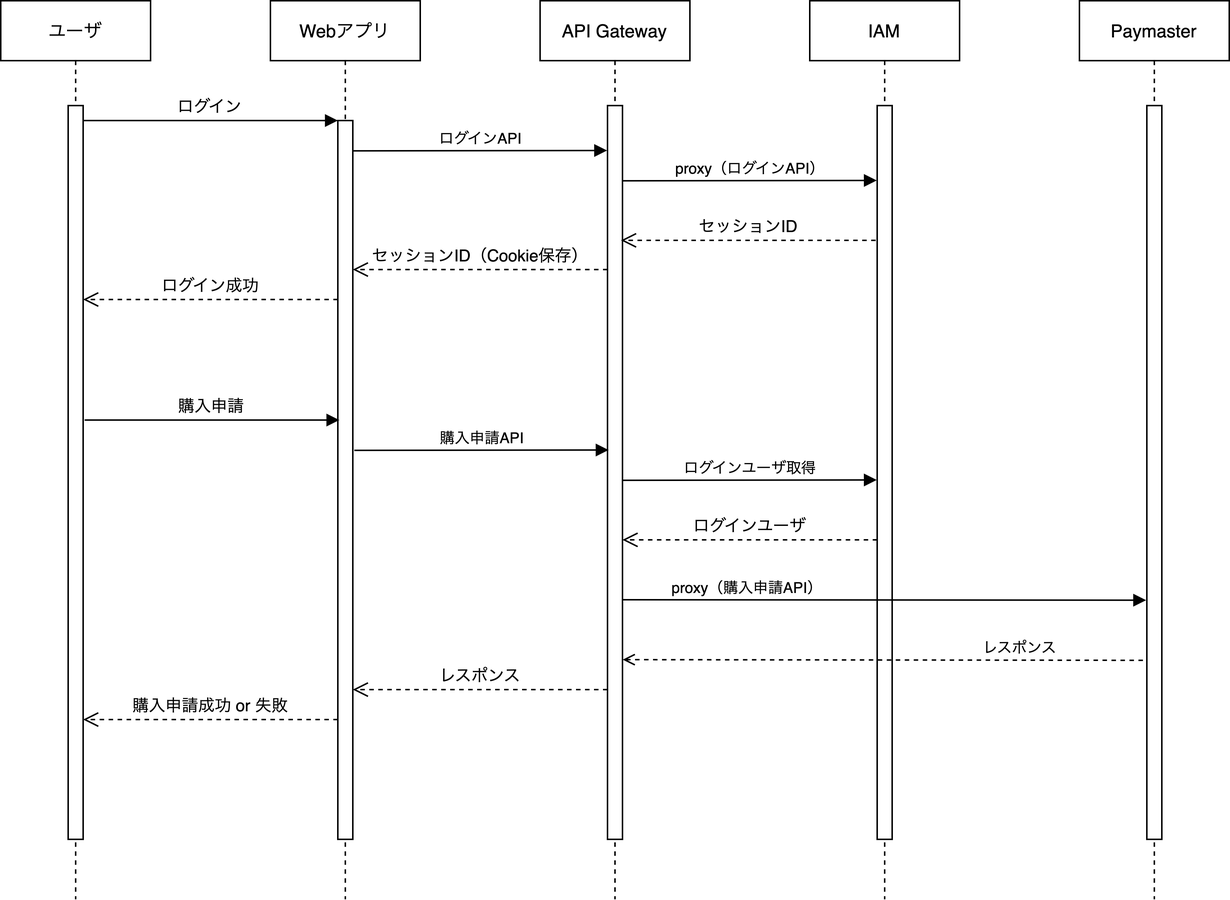
membership-console/docs keeps this draw.io diagram as src/assets/authentication_flow.png. Above is the earlier version. Source tidied: cells renumbered, new cells last; positions are measured from the earlier drawing's top-left corner, leaving out a move shared by most shapes. Source of this version:
```xml
<mxGraphModel>
  <root>
    <mxCell id="0" />
    <mxCell id="1" parent="0" />
    <mxCell id="2" value="ユーザ" style="shape=umlLifeline;perimeter=lifelinePerimeter;rounded=0;shadow=0;strokeWidth=1;" parent="1" vertex="1">
      <mxGeometry width="100" height="600" as="geometry" />
    </mxCell>
    <mxCell id="3" style="points=[];perimeter=orthogonalPerimeter;rounded=0;shadow=0;strokeWidth=1;" parent="2" vertex="1">
      <mxGeometry x="45" y="70" width="10" height="490" as="geometry" />
    </mxCell>
    <mxCell id="4" value="Webアプリ" style="shape=umlLifeline;perimeter=lifelinePerimeter;rounded=0;shadow=0;strokeWidth=1;fontSize=12;" parent="1" vertex="1">
      <mxGeometry x="180" width="100" height="600" as="geometry" />
    </mxCell>
    <mxCell id="5" style="points=[];perimeter=orthogonalPerimeter;rounded=0;shadow=0;strokeWidth=1;" parent="4" vertex="1">
      <mxGeometry x="45" y="80" width="10" height="480" as="geometry" />
    </mxCell>
    <mxCell id="6" value="ログイン成功" style="verticalAlign=bottom;endArrow=open;dashed=1;endSize=8;exitX=0;exitY=0.95;shadow=0;strokeWidth=1;" parent="4" edge="1">
      <mxGeometry relative="1" as="geometry">
        <mxPoint x="45" y="199.5" as="sourcePoint" />
        <mxPoint x="-125" y="199.5" as="targetPoint" />
      </mxGeometry>
    </mxCell>
    <mxCell id="7" value="購入申請成功 or 失敗" style="verticalAlign=bottom;endArrow=open;dashed=1;endSize=8;exitX=0;exitY=0.95;shadow=0;strokeWidth=1;" parent="4" edge="1">
      <mxGeometry relative="1" as="geometry">
        <mxPoint x="45" y="480" as="sourcePoint" />
        <mxPoint x="-125" y="480" as="targetPoint" />
      </mxGeometry>
    </mxCell>
    <mxCell id="8" value="ログイン" style="verticalAlign=bottom;endArrow=block;entryX=0;entryY=0;shadow=0;strokeWidth=1;" parent="1" edge="1" source="3" target="5">
      <mxGeometry relative="1" as="geometry" />
    </mxCell>
    <mxCell id="9" value="API Gateway" style="shape=umlLifeline;perimeter=lifelinePerimeter;rounded=0;shadow=0;strokeWidth=1;" parent="1" vertex="1">
      <mxGeometry x="360" width="100" height="600" as="geometry" />
    </mxCell>
    <mxCell id="10" style="perimeter=orthogonalPerimeter;rounded=0;shadow=0;strokeWidth=1;" parent="9" vertex="1">
      <mxGeometry x="45" y="70" width="10" height="490" as="geometry" />
    </mxCell>
    <mxCell id="11" value="proxy（ログインAPI）" style="html=1;verticalAlign=bottom;endArrow=block;rounded=0;fontSize=9;exitX=0.924;exitY=0.092;exitDx=0;exitDy=0;exitPerimeter=0;entryX=-0.028;entryY=0.104;entryDx=0;entryDy=0;entryPerimeter=0;" parent="9" edge="1">
      <mxGeometry relative="1" as="geometry">
        <mxPoint x="55" y="120.2" as="sourcePoint" />
        <mxPoint x="224.7" y="120" as="targetPoint" />
      </mxGeometry>
    </mxCell>
    <mxCell id="12" value="セッションID（Cookie保存）" style="verticalAlign=bottom;endArrow=open;dashed=1;endSize=8;exitX=0;exitY=0.95;shadow=0;strokeWidth=1;" parent="9" edge="1">
      <mxGeometry relative="1" as="geometry">
        <mxPoint x="45" y="179.5" as="sourcePoint" />
        <mxPoint x="-125" y="179.5" as="targetPoint" />
      </mxGeometry>
    </mxCell>
    <mxCell id="13" value="レスポンス" style="verticalAlign=bottom;endArrow=open;dashed=1;endSize=8;exitX=0;exitY=0.95;shadow=0;strokeWidth=1;" parent="9" edge="1">
      <mxGeometry relative="1" as="geometry">
        <mxPoint x="45" y="460" as="sourcePoint" />
        <mxPoint x="-125" y="460" as="targetPoint" />
      </mxGeometry>
    </mxCell>
    <mxCell id="14" value="購入申請" style="verticalAlign=bottom;endArrow=block;entryX=0;entryY=0;shadow=0;strokeWidth=1;" parent="1" edge="1">
      <mxGeometry relative="1" as="geometry">
        <mxPoint x="56" y="280" as="sourcePoint" />
        <mxPoint x="226" y="280" as="targetPoint" />
      </mxGeometry>
    </mxCell>
    <mxCell id="15" value="IAM" style="shape=umlLifeline;perimeter=lifelinePerimeter;rounded=0;shadow=0;strokeWidth=1;" parent="1" vertex="1">
      <mxGeometry x="540" width="100" height="600" as="geometry" />
    </mxCell>
    <mxCell id="16" style="perimeter=orthogonalPerimeter;rounded=0;shadow=0;strokeWidth=1;" parent="15" vertex="1">
      <mxGeometry x="45" y="70" width="10" height="490" as="geometry" />
    </mxCell>
    <mxCell id="17" value="ログインユーザ" style="verticalAlign=bottom;endArrow=open;dashed=1;endSize=8;exitX=0;exitY=0.95;shadow=0;strokeWidth=1;" parent="15" edge="1">
      <mxGeometry relative="1" as="geometry">
        <mxPoint x="45" y="360" as="sourcePoint" />
        <mxPoint x="-125" y="360" as="targetPoint" />
      </mxGeometry>
    </mxCell>
    <mxCell id="18" value="&lt;font style=&quot;&quot;&gt;&lt;font style=&quot;font-size: 9px;&quot;&gt;proxy（購入申請API）&lt;/font&gt;&lt;br&gt;&lt;/font&gt;" style="html=1;verticalAlign=bottom;endArrow=block;rounded=0;fontSize=9;exitX=0.924;exitY=0.092;exitDx=0;exitDy=0;exitPerimeter=0;entryX=-0.096;entryY=0.734;entryDx=0;entryDy=0;entryPerimeter=0;" parent="15" edge="1">
      <mxGeometry x="-0.52" relative="1" as="geometry">
        <mxPoint x="-124.5" y="400" as="sourcePoint" />
        <mxPoint x="224.5" y="400.3" as="targetPoint" />
      </mxGeometry>
    </mxCell>
    <mxCell id="19" value="レスポンス" style="html=1;verticalAlign=bottom;endArrow=none;rounded=0;fontSize=9;exitX=0.924;exitY=0.092;exitDx=0;exitDy=0;exitPerimeter=0;entryX=-0.029;entryY=0.806;entryDx=0;entryDy=0;entryPerimeter=0;endFill=0;startArrow=open;startFill=0;dashed=1;" parent="15" edge="1">
      <mxGeometry x="0.51" relative="1" as="geometry">
        <mxPoint x="-124.9" y="440" as="sourcePoint" />
        <mxPoint x="224.9" y="440.5" as="targetPoint" />
      </mxGeometry>
    </mxCell>
    <mxCell id="20" value="ログインAPI" style="html=1;verticalAlign=bottom;endArrow=block;rounded=0;fontSize=9;exitX=0.924;exitY=0.092;exitDx=0;exitDy=0;exitPerimeter=0;entryX=-0.028;entryY=0.104;entryDx=0;entryDy=0;entryPerimeter=0;" parent="1" edge="1">
      <mxGeometry relative="1" as="geometry">
        <mxPoint x="235" y="100.2" as="sourcePoint" />
        <mxPoint x="404.7" y="100" as="targetPoint" />
      </mxGeometry>
    </mxCell>
    <mxCell id="21" value="セッションID" style="verticalAlign=bottom;endArrow=open;dashed=1;endSize=8;exitX=0;exitY=0.95;shadow=0;strokeWidth=1;" parent="1" edge="1">
      <mxGeometry relative="1" as="geometry">
        <mxPoint x="584" y="160" as="sourcePoint" />
        <mxPoint x="414" y="160" as="targetPoint" />
      </mxGeometry>
    </mxCell>
    <mxCell id="22" value="購入申請API" style="html=1;verticalAlign=bottom;endArrow=block;rounded=0;fontSize=9;exitX=0.924;exitY=0.092;exitDx=0;exitDy=0;exitPerimeter=0;entryX=-0.028;entryY=0.104;entryDx=0;entryDy=0;entryPerimeter=0;" parent="1" edge="1">
      <mxGeometry relative="1" as="geometry">
        <mxPoint x="236" y="300.2" as="sourcePoint" />
        <mxPoint x="405.7" y="300" as="targetPoint" />
      </mxGeometry>
    </mxCell>
    <mxCell id="23" value="ログインユーザ取得" style="html=1;verticalAlign=bottom;endArrow=block;rounded=0;fontSize=9;exitX=0.924;exitY=0.092;exitDx=0;exitDy=0;exitPerimeter=0;entryX=-0.028;entryY=0.104;entryDx=0;entryDy=0;entryPerimeter=0;" parent="1" edge="1">
      <mxGeometry relative="1" as="geometry">
        <mxPoint x="415" y="320.2" as="sourcePoint" />
        <mxPoint x="584.7" y="320" as="targetPoint" />
      </mxGeometry>
    </mxCell>
    <mxCell id="24" value="Paymaster" style="shape=umlLifeline;perimeter=lifelinePerimeter;rounded=0;shadow=0;strokeWidth=1;" parent="1" vertex="1">
      <mxGeometry x="720" width="100" height="600" as="geometry" />
    </mxCell>
    <mxCell id="25" style="perimeter=orthogonalPerimeter;rounded=0;shadow=0;strokeWidth=1;" parent="24" vertex="1">
      <mxGeometry x="45" y="70" width="10" height="490" as="geometry" />
    </mxCell>
  </root>
</mxGraphModel>
```
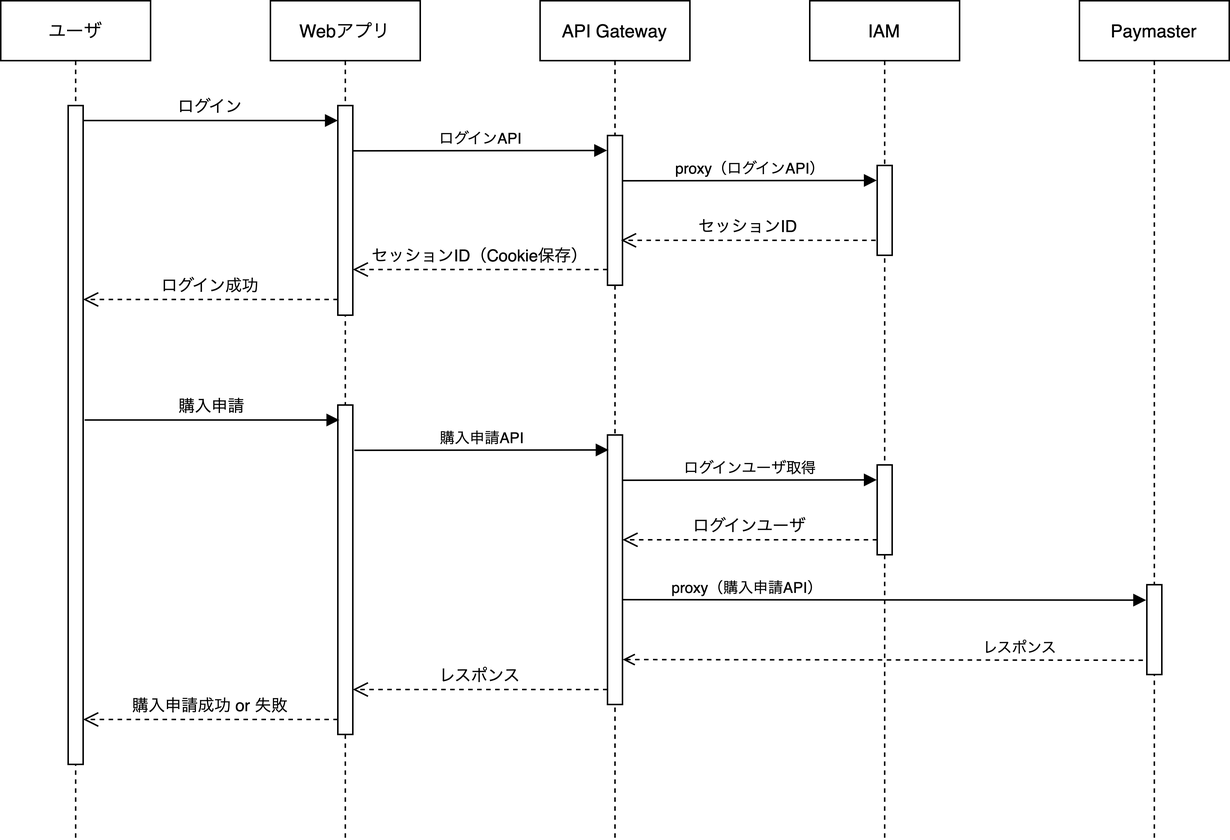
The same diagram one commit later.

Commit message:
[docs] 認証フローを更新

Change to the diagram source:
```diff
@@ -3,16 +3,16 @@
     <mxCell id="0" />
     <mxCell id="1" parent="0" />
     <mxCell id="2" value="ユーザ" style="shape=umlLifeline;perimeter=lifelinePerimeter;rounded=0;shadow=0;strokeWidth=1;" parent="1" vertex="1">
-      <mxGeometry width="100" height="600" as="geometry" />
+      <mxGeometry width="100" height="560" as="geometry" />
     </mxCell>
     <mxCell id="3" style="points=[];perimeter=orthogonalPerimeter;rounded=0;shadow=0;strokeWidth=1;" parent="2" vertex="1">
-      <mxGeometry x="45" y="70" width="10" height="490" as="geometry" />
+      <mxGeometry x="45" y="70" width="10" height="440" as="geometry" />
     </mxCell>
     <mxCell id="4" value="Webアプリ" style="shape=umlLifeline;perimeter=lifelinePerimeter;rounded=0;shadow=0;strokeWidth=1;fontSize=12;" parent="1" vertex="1">
-      <mxGeometry x="180" width="100" height="600" as="geometry" />
+      <mxGeometry x="180" width="100" height="560" as="geometry" />
     </mxCell>
     <mxCell id="5" style="points=[];perimeter=orthogonalPerimeter;rounded=0;shadow=0;strokeWidth=1;" parent="4" vertex="1">
-      <mxGeometry x="45" y="80" width="10" height="480" as="geometry" />
+      <mxGeometry x="45" y="70" width="10" height="140" as="geometry" />
     </mxCell>
     <mxCell id="6" value="ログイン成功" style="verticalAlign=bottom;endArrow=open;dashed=1;endSize=8;exitX=0;exitY=0.95;shadow=0;strokeWidth=1;" parent="4" edge="1">
       <mxGeometry relative="1" as="geometry">
@@ -26,14 +26,14 @@
         <mxPoint x="-125" y="480" as="targetPoint" />
       </mxGeometry>
     </mxCell>
-    <mxCell id="8" value="ログイン" style="verticalAlign=bottom;endArrow=block;entryX=0;entryY=0;shadow=0;strokeWidth=1;" parent="1" edge="1" source="3" target="5">
-      <mxGeometry relative="1" as="geometry" />
+    <mxCell id="8" style="perimeter=orthogonalPerimeter;rounded=0;shadow=0;strokeWidth=1;" parent="4" vertex="1">
+      <mxGeometry x="45" y="270" width="10" height="220" as="geometry" />
     </mxCell>
     <mxCell id="9" value="API Gateway" style="shape=umlLifeline;perimeter=lifelinePerimeter;rounded=0;shadow=0;strokeWidth=1;" parent="1" vertex="1">
-      <mxGeometry x="360" width="100" height="600" as="geometry" />
+      <mxGeometry x="360" width="100" height="560" as="geometry" />
     </mxCell>
     <mxCell id="10" style="perimeter=orthogonalPerimeter;rounded=0;shadow=0;strokeWidth=1;" parent="9" vertex="1">
-      <mxGeometry x="45" y="70" width="10" height="490" as="geometry" />
+      <mxGeometry x="45" y="90" width="10" height="100" as="geometry" />
     </mxCell>
     <mxCell id="11" value="proxy（ログインAPI）" style="html=1;verticalAlign=bottom;endArrow=block;rounded=0;fontSize=9;exitX=0.924;exitY=0.092;exitDx=0;exitDy=0;exitPerimeter=0;entryX=-0.028;entryY=0.104;entryDx=0;entryDy=0;entryPerimeter=0;" parent="9" edge="1">
       <mxGeometry relative="1" as="geometry">
@@ -53,65 +53,77 @@
         <mxPoint x="-125" y="460" as="targetPoint" />
       </mxGeometry>
     </mxCell>
-    <mxCell id="14" value="購入申請" style="verticalAlign=bottom;endArrow=block;entryX=0;entryY=0;shadow=0;strokeWidth=1;" parent="1" edge="1">
-      <mxGeometry relative="1" as="geometry">
-        <mxPoint x="56" y="280" as="sourcePoint" />
-        <mxPoint x="226" y="280" as="targetPoint" />
-      </mxGeometry>
+    <mxCell id="14" style="perimeter=orthogonalPerimeter;rounded=0;shadow=0;strokeWidth=1;" parent="9" vertex="1">
+      <mxGeometry x="45" y="290" width="10" height="180" as="geometry" />
     </mxCell>
-    <mxCell id="15" value="IAM" style="shape=umlLifeline;perimeter=lifelinePerimeter;rounded=0;shadow=0;strokeWidth=1;" parent="1" vertex="1">
-      <mxGeometry x="540" width="100" height="600" as="geometry" />
+    <mxCell id="15" value="購入申請" style="verticalAlign=bottom;endArrow=block;entryX=0;entryY=0;shadow=0;strokeWidth=1;" parent="1" edge="1">
+      <mxGeometry relative="1" as="geometry">
+        <mxPoint x="56" y="280" as="sourcePoint" />
+        <mxPoint x="226" y="280" as="targetPoint" />
+      </mxGeometry>
     </mxCell>
-    <mxCell id="16" style="perimeter=orthogonalPerimeter;rounded=0;shadow=0;strokeWidth=1;" parent="15" vertex="1">
-      <mxGeometry x="45" y="70" width="10" height="490" as="geometry" />
+    <mxCell id="16" value="IAM" style="shape=umlLifeline;perimeter=lifelinePerimeter;rounded=0;shadow=0;strokeWidth=1;" parent="1" vertex="1">
+      <mxGeometry x="540" width="100" height="560" as="geometry" />
     </mxCell>
-    <mxCell id="17" value="ログインユーザ" style="verticalAlign=bottom;endArrow=open;dashed=1;endSize=8;exitX=0;exitY=0.95;shadow=0;strokeWidth=1;" parent="15" edge="1">
-      <mxGeometry relative="1" as="geometry">
-        <mxPoint x="45" y="360" as="sourcePoint" />
-        <mxPoint x="-125" y="360" as="targetPoint" />
-      </mxGeometry>
+    <mxCell id="17" style="perimeter=orthogonalPerimeter;rounded=0;shadow=0;strokeWidth=1;" parent="16" vertex="1">
+      <mxGeometry x="45" y="110" width="10" height="60" as="geometry" />
     </mxCell>
-    <mxCell id="18" value="&lt;font style=&quot;&quot;&gt;&lt;font style=&quot;font-size: 9px;&quot;&gt;proxy（購入申請API）&lt;/font&gt;&lt;br&gt;&lt;/font&gt;" style="html=1;verticalAlign=bottom;endArrow=block;rounded=0;fontSize=9;exitX=0.924;exitY=0.092;exitDx=0;exitDy=0;exitPerimeter=0;entryX=-0.096;entryY=0.734;entryDx=0;entryDy=0;entryPerimeter=0;" parent="15" edge="1">
-      <mxGeometry x="-0.52" relative="1" as="geometry">
-        <mxPoint x="-124.5" y="400" as="sourcePoint" />
-        <mxPoint x="224.5" y="400.3" as="targetPoint" />
+    <mxCell id="18" value="ログインユーザ" style="verticalAlign=bottom;endArrow=open;dashed=1;endSize=8;exitX=0;exitY=0.95;shadow=0;strokeWidth=1;" parent="16" edge="1">
+      <mxGeometry relative="1" as="geometry">
+        <mxPoint x="45" y="360" as="sourcePoint" />
+        <mxPoint x="-125" y="360" as="targetPoint" />
       </mxGeometry>
     </mxCell>
-    <mxCell id="19" value="レスポンス" style="html=1;verticalAlign=bottom;endArrow=none;rounded=0;fontSize=9;exitX=0.924;exitY=0.092;exitDx=0;exitDy=0;exitPerimeter=0;entryX=-0.029;entryY=0.806;entryDx=0;entryDy=0;entryPerimeter=0;endFill=0;startArrow=open;startFill=0;dashed=1;" parent="15" edge="1">
-      <mxGeometry x="0.51" relative="1" as="geometry">
-        <mxPoint x="-124.9" y="440" as="sourcePoint" />
-        <mxPoint x="224.9" y="440.5" as="targetPoint" />
+    <mxCell id="19" value="&lt;font style=&quot;&quot;&gt;&lt;font style=&quot;font-size: 9px;&quot;&gt;proxy（購入申請API）&lt;/font&gt;&lt;br&gt;&lt;/font&gt;" style="html=1;verticalAlign=bottom;endArrow=block;rounded=0;fontSize=9;exitX=0.924;exitY=0.092;exitDx=0;exitDy=0;exitPerimeter=0;entryX=-0.096;entryY=0.734;entryDx=0;entryDy=0;entryPerimeter=0;" parent="16" edge="1">
+      <mxGeometry x="-0.52" relative="1" as="geometry">
+        <mxPoint x="-124.5" y="400" as="sourcePoint" />
+        <mxPoint x="224.5" y="400.3" as="targetPoint" />
       </mxGeometry>
     </mxCell>
-    <mxCell id="20" value="ログインAPI" style="html=1;verticalAlign=bottom;endArrow=block;rounded=0;fontSize=9;exitX=0.924;exitY=0.092;exitDx=0;exitDy=0;exitPerimeter=0;entryX=-0.028;entryY=0.104;entryDx=0;entryDy=0;entryPerimeter=0;" parent="1" edge="1">
-      <mxGeometry relative="1" as="geometry">
-        <mxPoint x="235" y="100.2" as="sourcePoint" />
-        <mxPoint x="404.7" y="100" as="targetPoint" />
+    <mxCell id="20" value="レスポンス" style="html=1;verticalAlign=bottom;endArrow=none;rounded=0;fontSize=9;exitX=0.924;exitY=0.092;exitDx=0;exitDy=0;exitPerimeter=0;entryX=-0.029;entryY=0.806;entryDx=0;entryDy=0;entryPerimeter=0;endFill=0;startArrow=open;startFill=0;dashed=1;" parent="16" edge="1">
+      <mxGeometry x="0.51" relative="1" as="geometry">
+        <mxPoint x="-124.9" y="440" as="sourcePoint" />
+        <mxPoint x="224.9" y="440.5" as="targetPoint" />
       </mxGeometry>
     </mxCell>
-    <mxCell id="21" value="セッションID" style="verticalAlign=bottom;endArrow=open;dashed=1;endSize=8;exitX=0;exitY=0.95;shadow=0;strokeWidth=1;" parent="1" edge="1">
-      <mxGeometry relative="1" as="geometry">
-        <mxPoint x="584" y="160" as="sourcePoint" />
-        <mxPoint x="414" y="160" as="targetPoint" />
-      </mxGeometry>
+    <mxCell id="21" style="perimeter=orthogonalPerimeter;rounded=0;shadow=0;strokeWidth=1;" parent="16" vertex="1">
+      <mxGeometry x="45" y="310" width="10" height="60" as="geometry" />
     </mxCell>
-    <mxCell id="22" value="購入申請API" style="html=1;verticalAlign=bottom;endArrow=block;rounded=0;fontSize=9;exitX=0.924;exitY=0.092;exitDx=0;exitDy=0;exitPerimeter=0;entryX=-0.028;entryY=0.104;entryDx=0;entryDy=0;entryPerimeter=0;" parent="1" edge="1">
+    <mxCell id="22" value="ログインAPI" style="html=1;verticalAlign=bottom;endArrow=block;rounded=0;fontSize=9;exitX=0.924;exitY=0.092;exitDx=0;exitDy=0;exitPerimeter=0;entryX=-0.028;entryY=0.104;entryDx=0;entryDy=0;entryPerimeter=0;" parent="1" edge="1">
       <mxGeometry relative="1" as="geometry">
-        <mxPoint x="236" y="300.2" as="sourcePoint" />
-        <mxPoint x="405.7" y="300" as="targetPoint" />
+        <mxPoint x="235" y="100.2" as="sourcePoint" />
+        <mxPoint x="404.7" y="100" as="targetPoint" />
       </mxGeometry>
     </mxCell>
-    <mxCell id="23" value="ログインユーザ取得" style="html=1;verticalAlign=bottom;endArrow=block;rounded=0;fontSize=9;exitX=0.924;exitY=0.092;exitDx=0;exitDy=0;exitPerimeter=0;entryX=-0.028;entryY=0.104;entryDx=0;entryDy=0;entryPerimeter=0;" parent="1" edge="1">
+    <mxCell id="23" value="セッションID" style="verticalAlign=bottom;endArrow=open;dashed=1;endSize=8;exitX=0;exitY=0.95;shadow=0;strokeWidth=1;" parent="1" edge="1">
       <mxGeometry relative="1" as="geometry">
-        <mxPoint x="415" y="320.2" as="sourcePoint" />
-        <mxPoint x="584.7" y="320" as="targetPoint" />
+        <mxPoint x="584" y="160" as="sourcePoint" />
+        <mxPoint x="414" y="160" as="targetPoint" />
       </mxGeometry>
     </mxCell>
-    <mxCell id="24" value="Paymaster" style="shape=umlLifeline;perimeter=lifelinePerimeter;rounded=0;shadow=0;strokeWidth=1;" parent="1" vertex="1">
-      <mxGeometry x="720" width="100" height="600" as="geometry" />
+    <mxCell id="24" value="購入申請API" style="html=1;verticalAlign=bottom;endArrow=block;rounded=0;fontSize=9;exitX=0.924;exitY=0.092;exitDx=0;exitDy=0;exitPerimeter=0;entryX=-0.028;entryY=0.104;entryDx=0;entryDy=0;entryPerimeter=0;" parent="1" edge="1">
+      <mxGeometry relative="1" as="geometry">
+        <mxPoint x="236" y="300.2" as="sourcePoint" />
+        <mxPoint x="405.7" y="300" as="targetPoint" />
+      </mxGeometry>
     </mxCell>
-    <mxCell id="25" style="perimeter=orthogonalPerimeter;rounded=0;shadow=0;strokeWidth=1;" parent="24" vertex="1">
-      <mxGeometry x="45" y="70" width="10" height="490" as="geometry" />
+    <mxCell id="25" value="ログインユーザ取得" style="html=1;verticalAlign=bottom;endArrow=block;rounded=0;fontSize=9;exitX=0.924;exitY=0.092;exitDx=0;exitDy=0;exitPerimeter=0;entryX=-0.028;entryY=0.104;entryDx=0;entryDy=0;entryPerimeter=0;" parent="1" edge="1">
+      <mxGeometry relative="1" as="geometry">
+        <mxPoint x="415" y="320.2" as="sourcePoint" />
+        <mxPoint x="584.7" y="320" as="targetPoint" />
+      </mxGeometry>
     </mxCell>
+    <mxCell id="26" value="Paymaster" style="shape=umlLifeline;perimeter=lifelinePerimeter;rounded=0;shadow=0;strokeWidth=1;" parent="1" vertex="1">
+      <mxGeometry x="720" width="100" height="560" as="geometry" />
+    </mxCell>
+    <mxCell id="27" style="perimeter=orthogonalPerimeter;rounded=0;shadow=0;strokeWidth=1;" parent="26" vertex="1">
+      <mxGeometry x="45" y="390" width="10" height="60" as="geometry" />
+    </mxCell>
+    <mxCell id="28" value="ログイン" style="verticalAlign=bottom;endArrow=block;entryX=0;entryY=0;shadow=0;strokeWidth=1;" parent="1" edge="1">
+      <mxGeometry relative="1" as="geometry">
+        <mxPoint x="55" y="80" as="sourcePoint" />
+        <mxPoint x="225" y="80" as="targetPoint" />
+      </mxGeometry>
+    </mxCell>
   </root>
 </mxGraphModel>
```
